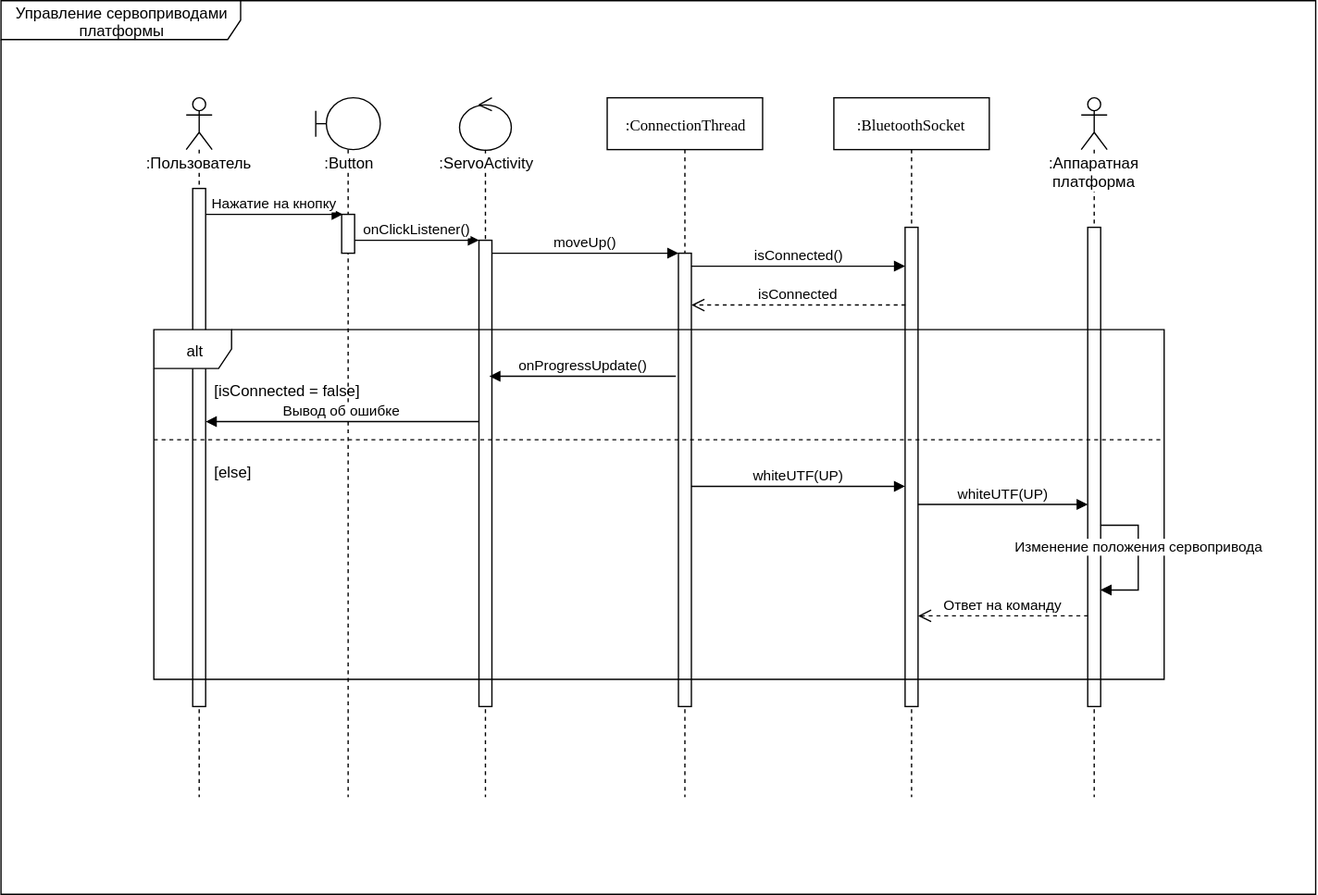
Above: documentation/diagrams/sequenct_diagrams/servo_activity_sequence_diagram.svg in Lipotam/trackPlatform (draw.io), before the change. Source tidied: cells renumbered, new cells last; positions are measured from the earlier drawing's top-left corner, leaving out a move shared by most shapes. Its diagram source:
```xml
<mxGraphModel background="#ffffff">
  <root>
    <mxCell id="0" />
    <mxCell id="1" parent="0" />
    <mxCell id="2" value=":ConnectionThread" style="shape=umlLifeline;perimeter=lifelinePerimeter;whiteSpace=wrap;html=1;rounded=0;shadow=0;comic=0;labelBackgroundColor=none;strokeColor=#000000;strokeWidth=1;fillColor=#FFFFFF;fontFamily=Verdana;fontSize=12;fontColor=#000000;align=center;glass=0;size=40;" parent="1" vertex="1">
      <mxGeometry x="468" y="75" width="120" height="540" as="geometry" />
    </mxCell>
    <mxCell id="3" style="html=1;points=[];perimeter=orthogonalPerimeter;rounded=0;shadow=0;comic=0;labelBackgroundColor=none;strokeColor=#000000;strokeWidth=1;fillColor=#FFFFFF;fontFamily=Verdana;fontSize=12;fontColor=#000000;align=center;" parent="2" vertex="1">
      <mxGeometry x="55" y="120" width="10" height="350" as="geometry" />
    </mxCell>
    <mxCell id="4" value=":Пользователь" style="shape=umlLifeline;participant=umlActor;perimeter=lifelinePerimeter;whiteSpace=wrap;html=1;verticalAlign=top;spacingTop=36;labelBackgroundColor=#ffffff;shadow=0;glass=0;strokeColor=#000000;fontColor=#000000;align=center;" parent="1" vertex="1">
      <mxGeometry x="143" y="75" width="20" height="540" as="geometry" />
    </mxCell>
    <mxCell id="5" style="html=1;points=[];perimeter=orthogonalPerimeter;rounded=0;shadow=0;comic=0;labelBackgroundColor=none;strokeColor=#000000;strokeWidth=1;fillColor=#FFFFFF;fontFamily=Verdana;fontSize=12;fontColor=#000000;align=center;" parent="4" vertex="1">
      <mxGeometry x="5" y="70" width="10" height="400" as="geometry" />
    </mxCell>
    <mxCell id="6" value=":Аппаратная платформа" style="shape=umlLifeline;participant=umlActor;perimeter=lifelinePerimeter;whiteSpace=wrap;html=1;verticalAlign=top;spacingTop=36;labelBackgroundColor=#ffffff;shadow=0;glass=0;strokeColor=#000000;fontColor=#000000;align=center;" parent="1" vertex="1">
      <mxGeometry x="834" y="75" width="20" height="540" as="geometry" />
    </mxCell>
    <mxCell id="7" style="html=1;points=[];perimeter=orthogonalPerimeter;rounded=0;shadow=0;comic=0;labelBackgroundColor=none;strokeColor=#000000;strokeWidth=1;fillColor=#FFFFFF;fontFamily=Verdana;fontSize=12;fontColor=#000000;align=center;" parent="6" vertex="1">
      <mxGeometry x="5" y="100" width="10" height="370" as="geometry" />
    </mxCell>
    <mxCell id="8" value=":Button" style="shape=umlLifeline;participant=umlBoundary;perimeter=lifelinePerimeter;whiteSpace=wrap;html=1;verticalAlign=top;spacingTop=36;labelBackgroundColor=#ffffff;shadow=0;glass=0;strokeColor=#000000;fontColor=#000000;align=center;" parent="1" vertex="1">
      <mxGeometry x="243" y="75" width="50" height="540" as="geometry" />
    </mxCell>
    <mxCell id="9" style="html=1;points=[];perimeter=orthogonalPerimeter;rounded=0;shadow=0;comic=0;labelBackgroundColor=none;strokeColor=#000000;strokeWidth=1;fillColor=#FFFFFF;fontFamily=Verdana;fontSize=12;fontColor=#000000;align=center;" parent="8" vertex="1">
      <mxGeometry x="20" y="90" width="10" height="30" as="geometry" />
    </mxCell>
    <mxCell id="10" value=":ServoActivity" style="shape=umlLifeline;participant=umlControl;perimeter=lifelinePerimeter;whiteSpace=wrap;html=1;verticalAlign=top;spacingTop=36;labelBackgroundColor=#ffffff;shadow=0;glass=0;strokeColor=#000000;fontColor=#000000;align=center;" parent="1" vertex="1">
      <mxGeometry x="354" y="75" width="40" height="540" as="geometry" />
    </mxCell>
    <mxCell id="11" value=":BluetoothSocket" style="shape=umlLifeline;perimeter=lifelinePerimeter;whiteSpace=wrap;html=1;rounded=0;shadow=0;comic=0;labelBackgroundColor=none;strokeColor=#000000;strokeWidth=1;fillColor=#FFFFFF;fontFamily=Verdana;fontSize=12;fontColor=#000000;align=center;glass=0;" parent="1" vertex="1">
      <mxGeometry x="643" y="75" width="120" height="540" as="geometry" />
    </mxCell>
    <mxCell id="12" style="html=1;perimeter=orthogonalPerimeter;rounded=0;shadow=0;comic=0;labelBackgroundColor=none;strokeColor=#000000;strokeWidth=1;fillColor=#FFFFFF;fontFamily=Verdana;fontSize=12;fontColor=#000000;align=center;" parent="11" vertex="1">
      <mxGeometry x="55" y="100" width="10" height="370" as="geometry" />
    </mxCell>
    <mxCell id="13" value="Нажатие на кнопку" style="html=1;verticalAlign=bottom;endArrow=block;strokeColor=#000000;fontColor=#000000;entryX=0.05;entryY=0.013;entryPerimeter=0;" parent="1" edge="1" source="5" target="9">
      <mxGeometry relative="1" as="geometry" />
    </mxCell>
    <mxCell id="14" style="html=1;perimeter=orthogonalPerimeter;rounded=0;shadow=0;comic=0;labelBackgroundColor=none;strokeColor=#000000;strokeWidth=1;fillColor=#FFFFFF;fontFamily=Verdana;fontSize=12;fontColor=#000000;align=center;" parent="1" vertex="1">
      <mxGeometry x="369" y="185" width="10" height="360" as="geometry" />
    </mxCell>
    <mxCell id="15" value="onClickListener()" style="html=1;verticalAlign=bottom;endArrow=block;strokeColor=#000000;fontColor=#000000;" parent="1" edge="1" source="9">
      <mxGeometry relative="1" as="geometry">
        <mxPoint x="369" y="185" as="targetPoint" />
      </mxGeometry>
    </mxCell>
    <mxCell id="16" value="moveUp()" style="html=1;verticalAlign=bottom;endArrow=block;strokeColor=#000000;fontColor=#000000;" parent="1" edge="1" target="3">
      <mxGeometry relative="1" as="geometry">
        <mxPoint x="379" y="195" as="sourcePoint" />
      </mxGeometry>
    </mxCell>
    <mxCell id="17" value="isConnected()" style="html=1;verticalAlign=bottom;endArrow=block;strokeColor=#000000;fontColor=#000000;" parent="1" edge="1">
      <mxGeometry relative="1" as="geometry">
        <mxPoint x="533" y="205" as="sourcePoint" />
        <mxPoint x="698" y="205" as="targetPoint" />
      </mxGeometry>
    </mxCell>
    <mxCell id="18" value="isConnected" style="html=1;verticalAlign=bottom;endArrow=open;dashed=1;endSize=8;exitX=0;exitY=0.95;strokeColor=#000000;fontColor=#000000;" parent="1" edge="1">
      <mxGeometry relative="1" as="geometry">
        <mxPoint x="698.2" y="235" as="sourcePoint" />
        <mxPoint x="533" y="235" as="targetPoint" />
      </mxGeometry>
    </mxCell>
    <mxCell id="19" value="alt" style="shape=umlFrame;whiteSpace=wrap;html=1;rounded=0;shadow=0;glass=0;comic=0;labelBackgroundColor=none;strokeColor=#000000;fontColor=#000000;align=center;" parent="1" vertex="1">
      <mxGeometry x="118" y="254" width="780" height="270" as="geometry" />
    </mxCell>
    <mxCell id="20" style="line;strokeWidth=1;fillColor=none;align=left;verticalAlign=middle;spacingTop=-1;spacingLeft=3;spacingRight=3;labelPosition=right;rounded=0;shadow=0;glass=0;comic=0;labelBackgroundColor=none;fontColor=#000000;html=0;dashed=1;" parent="1" vertex="1">
      <mxGeometry x="118" y="335" width="780" height="8" as="geometry" />
    </mxCell>
    <mxCell id="21" value="[isConnected = false]" style="text;html=1;align=left;verticalAlign=top;spacingTop=-4;fontColor=#000000;" parent="1" vertex="1">
      <mxGeometry x="163" y="292" width="130" height="20" as="geometry" />
    </mxCell>
    <mxCell id="22" value="[else]" style="text;html=1;align=left;verticalAlign=top;spacingTop=-4;fontColor=#000000;" parent="1" vertex="1">
      <mxGeometry x="163" y="355" width="40" height="20" as="geometry" />
    </mxCell>
    <mxCell id="23" value="&lt;span&gt;onProgressUpdate()&lt;/span&gt;" style="html=1;verticalAlign=bottom;endArrow=block;strokeColor=#000000;fontColor=#000000;" parent="1" edge="1">
      <mxGeometry relative="1" as="geometry">
        <mxPoint x="521" y="290" as="sourcePoint" />
        <mxPoint x="377" y="290" as="targetPoint" />
      </mxGeometry>
    </mxCell>
    <mxCell id="24" value="&lt;span&gt;Вывод об ошибке&lt;/span&gt;" style="html=1;verticalAlign=bottom;endArrow=block;strokeColor=#000000;fontColor=#000000;" parent="1" edge="1" target="5">
      <mxGeometry relative="1" as="geometry">
        <mxPoint x="369" y="325" as="sourcePoint" />
      </mxGeometry>
    </mxCell>
    <mxCell id="25" value="whiteUTF(UP)" style="html=1;verticalAlign=bottom;endArrow=block;strokeColor=#000000;fontColor=#000000;" parent="1" edge="1">
      <mxGeometry relative="1" as="geometry">
        <mxPoint x="533" y="375" as="sourcePoint" />
        <mxPoint x="698" y="375" as="targetPoint" />
      </mxGeometry>
    </mxCell>
    <mxCell id="26" value="whiteUTF(UP)" style="html=1;verticalAlign=bottom;endArrow=block;strokeColor=#000000;fontColor=#000000;" parent="1" edge="1" target="7">
      <mxGeometry relative="1" as="geometry">
        <mxPoint x="708" y="389" as="sourcePoint" />
      </mxGeometry>
    </mxCell>
    <mxCell id="27" value="Изменение положения сервопривода" style="html=1;verticalAlign=bottom;endArrow=block;strokeColor=#000000;fontColor=#000000;edgeStyle=orthogonalEdgeStyle;rounded=0;" parent="1" edge="1">
      <mxGeometry relative="1" as="geometry">
        <mxPoint x="849" y="405" as="sourcePoint" />
        <mxPoint x="849" y="455" as="targetPoint" />
        <Array as="points">
          <mxPoint x="878" y="405" />
          <mxPoint x="878" y="455" />
        </Array>
      </mxGeometry>
    </mxCell>
    <mxCell id="28" value="Ответ на команду" style="html=1;verticalAlign=bottom;endArrow=open;dashed=1;endSize=8;exitX=0;exitY=0.95;strokeColor=#000000;fontColor=#000000;" parent="1" edge="1">
      <mxGeometry relative="1" as="geometry">
        <mxPoint x="839.2" y="475" as="sourcePoint" />
        <mxPoint x="708" y="475" as="targetPoint" />
      </mxGeometry>
    </mxCell>
    <mxCell id="29" value="Управление сервоприводами платформы" style="shape=umlFrame;whiteSpace=wrap;html=1;rounded=0;shadow=0;glass=0;comic=0;labelBackgroundColor=none;strokeColor=#000000;fontColor=#000000;align=center;width=185;height=30;" parent="1" vertex="1">
      <mxGeometry width="1015" height="690" as="geometry" />
    </mxCell>
  </root>
</mxGraphModel>
```
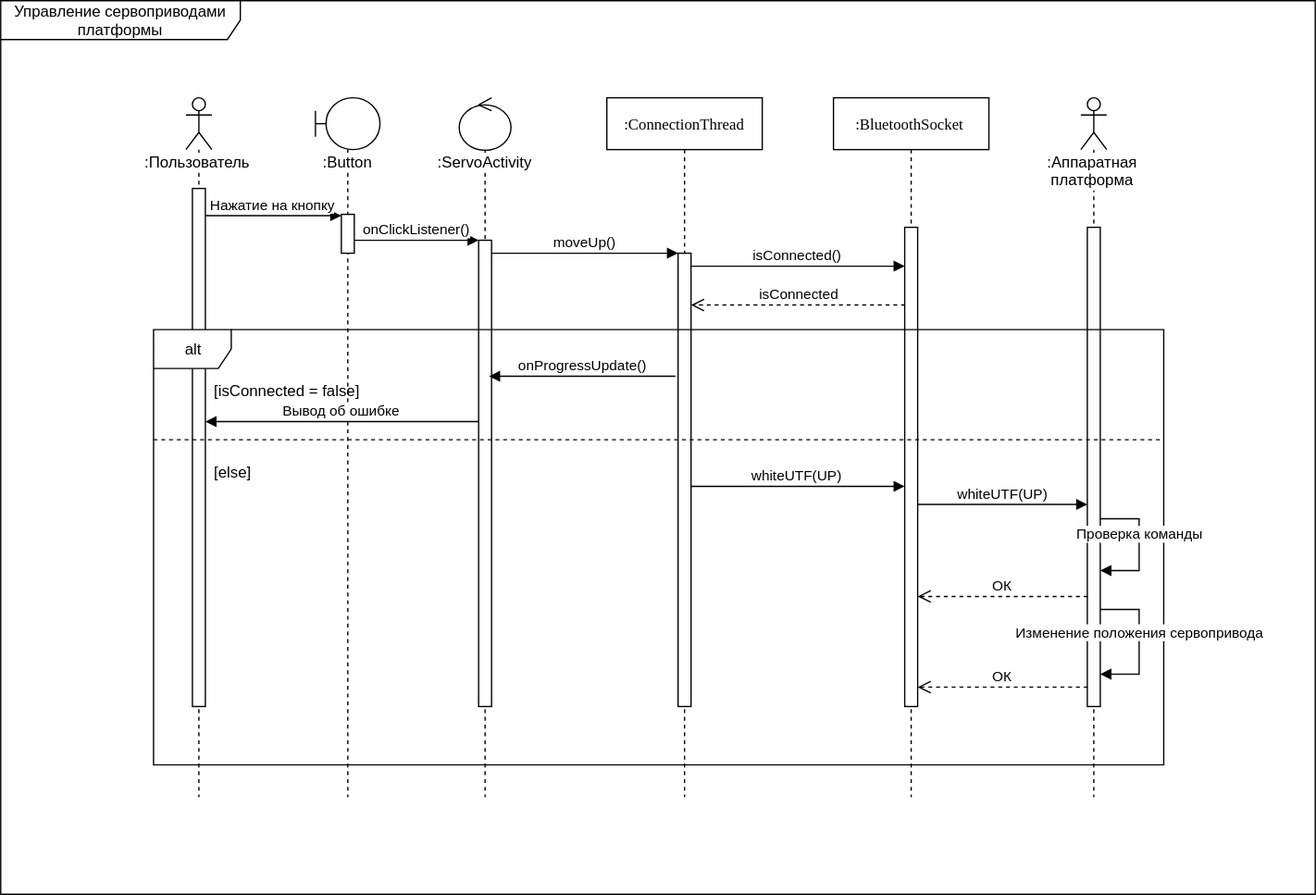
Above is the later version.

The edit, as a diff of the source:
```diff
@@ -64,7 +64,7 @@
       </mxGeometry>
     </mxCell>
     <mxCell id="19" value="alt" style="shape=umlFrame;whiteSpace=wrap;html=1;rounded=0;shadow=0;glass=0;comic=0;labelBackgroundColor=none;strokeColor=#000000;fontColor=#000000;align=center;" parent="1" vertex="1">
-      <mxGeometry x="118" y="254" width="780" height="270" as="geometry" />
+      <mxGeometry x="118" y="254" width="780" height="336" as="geometry" />
     </mxCell>
     <mxCell id="20" style="line;strokeWidth=1;fillColor=none;align=left;verticalAlign=middle;spacingTop=-1;spacingLeft=3;spacingRight=3;labelPosition=right;rounded=0;shadow=0;glass=0;comic=0;labelBackgroundColor=none;fontColor=#000000;html=0;dashed=1;" parent="1" vertex="1">
       <mxGeometry x="118" y="335" width="780" height="8" as="geometry" />
@@ -99,22 +99,39 @@
     </mxCell>
     <mxCell id="27" value="Изменение положения сервопривода" style="html=1;verticalAlign=bottom;endArrow=block;strokeColor=#000000;fontColor=#000000;edgeStyle=orthogonalEdgeStyle;rounded=0;" parent="1" edge="1">
       <mxGeometry relative="1" as="geometry">
-        <mxPoint x="849" y="405" as="sourcePoint" />
-        <mxPoint x="849" y="455" as="targetPoint" />
+        <mxPoint x="849" y="470" as="sourcePoint" />
+        <mxPoint x="849" y="520" as="targetPoint" />
         <Array as="points">
-          <mxPoint x="878" y="405" />
-          <mxPoint x="878" y="455" />
+          <mxPoint x="878" y="470" />
+          <mxPoint x="878" y="520" />
         </Array>
       </mxGeometry>
     </mxCell>
-    <mxCell id="28" value="Ответ на команду" style="html=1;verticalAlign=bottom;endArrow=open;dashed=1;endSize=8;exitX=0;exitY=0.95;strokeColor=#000000;fontColor=#000000;" parent="1" edge="1">
+    <mxCell id="28" value="ОК" style="html=1;verticalAlign=bottom;endArrow=open;dashed=1;endSize=8;exitX=0;exitY=0.95;strokeColor=#000000;fontColor=#000000;" parent="1" edge="1">
       <mxGeometry relative="1" as="geometry">
-        <mxPoint x="839.2" y="475" as="sourcePoint" />
-        <mxPoint x="708" y="475" as="targetPoint" />
+        <mxPoint x="839.2" y="460" as="sourcePoint" />
+        <mxPoint x="708" y="460" as="targetPoint" />
       </mxGeometry>
     </mxCell>
     <mxCell id="29" value="Управление сервоприводами платформы" style="shape=umlFrame;whiteSpace=wrap;html=1;rounded=0;shadow=0;glass=0;comic=0;labelBackgroundColor=none;strokeColor=#000000;fontColor=#000000;align=center;width=185;height=30;" parent="1" vertex="1">
       <mxGeometry width="1015" height="690" as="geometry" />
     </mxCell>
+    <mxCell id="30" value="Проверка команды" style="html=1;verticalAlign=bottom;endArrow=block;strokeColor=#000000;fontColor=#000000;edgeStyle=orthogonalEdgeStyle;rounded=0;" parent="1" edge="1">
+      <mxGeometry relative="1" as="geometry">
+        <mxPoint x="849" y="400" as="sourcePoint" />
+        <mxPoint x="849" y="440" as="targetPoint" />
+        <Array as="points">
+          <mxPoint x="878" y="400" />
+          <mxPoint x="878" y="440" />
+          <mxPoint x="849" y="440" />
+        </Array>
+      </mxGeometry>
+    </mxCell>
+    <mxCell id="31" value="ОК" style="html=1;verticalAlign=bottom;endArrow=open;dashed=1;endSize=8;exitX=0;exitY=0.95;strokeColor=#000000;fontColor=#000000;" parent="1" edge="1">
+      <mxGeometry relative="1" as="geometry">
+        <mxPoint x="839.2" y="530" as="sourcePoint" />
+        <mxPoint x="708" y="530" as="targetPoint" />
+      </mxGeometry>
+    </mxCell>
   </root>
 </mxGraphModel>
```
